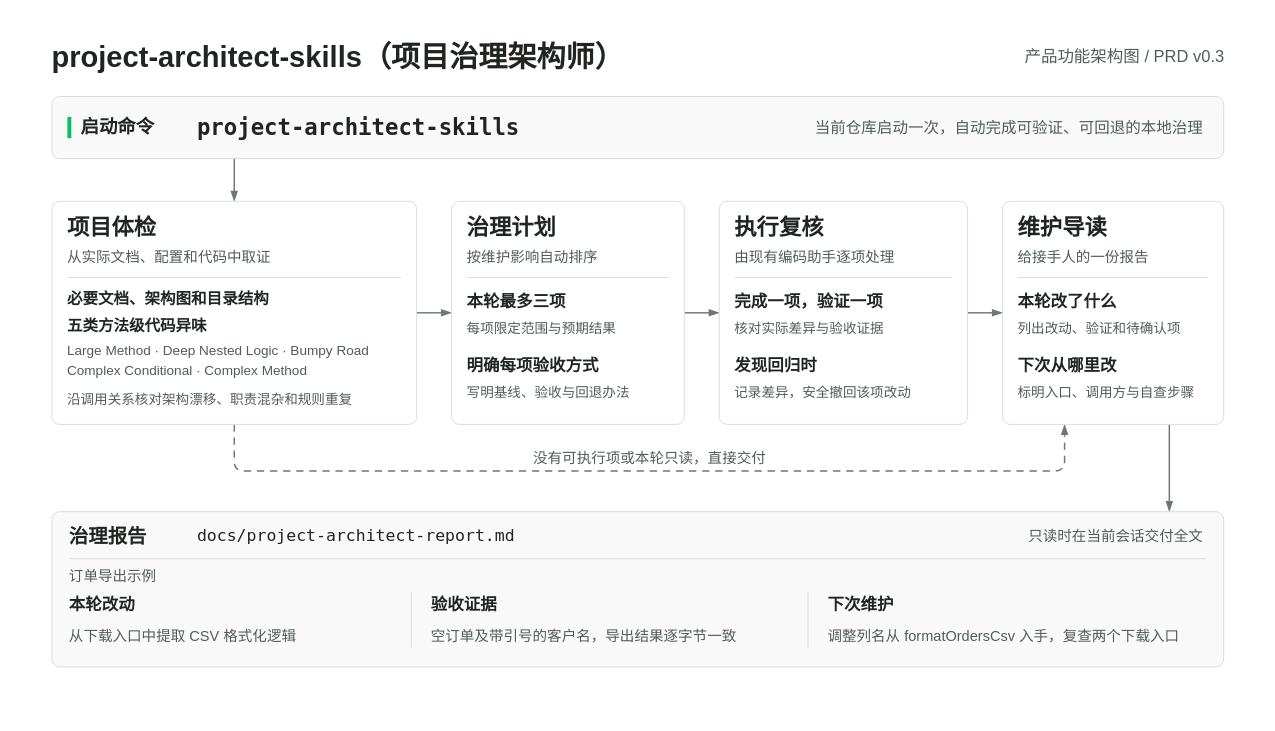
This is docs/diagrams/product-functional-architecture.drawio from cabbage2000-lab/project-architect-skills, a draw.io file, before an edit. Source tidied: cells renumbered, new cells numbered last; positions are measured from the earlier drawing's top-left corner, leaving out a move shared by most shapes. Both pictures are drawn from the tidied source at 97%, with x=0, y=0 at pixel (16, 16).
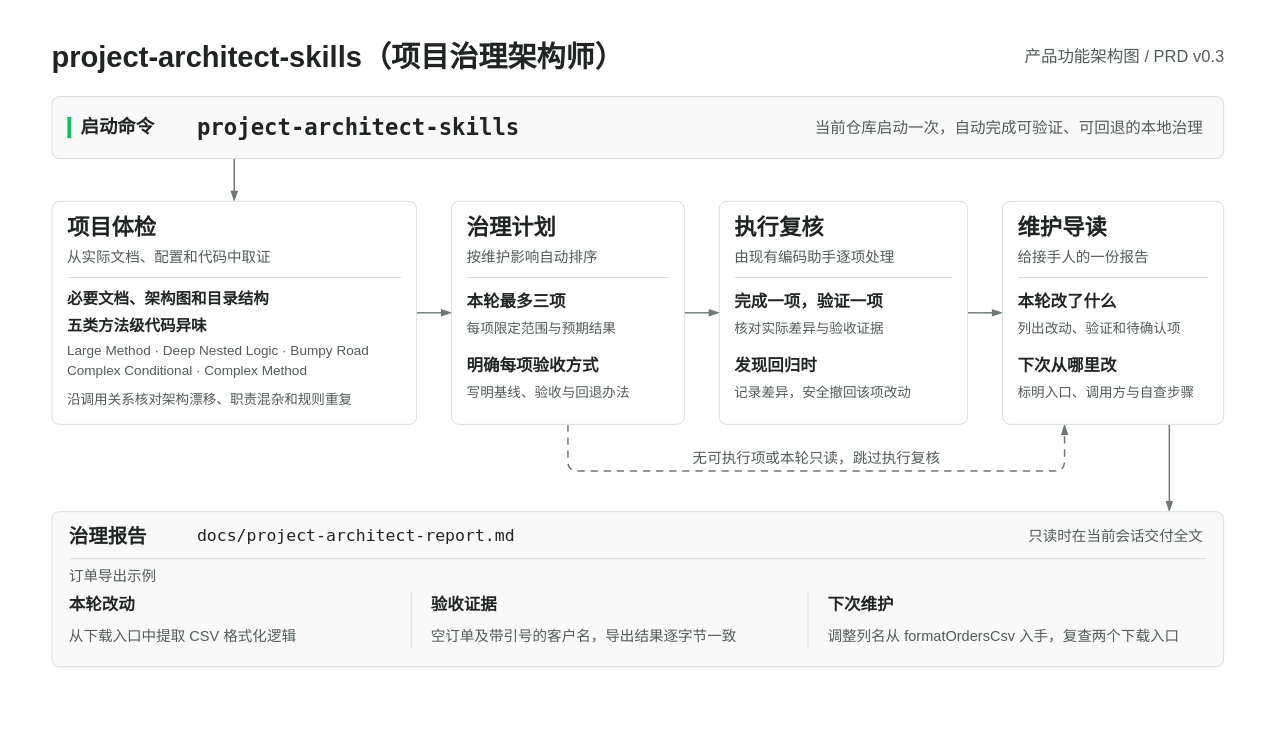
Above is the later version.

Unchanged cells that the change refers to:
```xml
<mxCell id="2" style="rounded=0;absoluteArcSize=1;arcSize=0;fillColor=#FFFFFF;strokeColor=none;strokeWidth=1;shadow=0;html=1;whiteSpace=nowrap;" parent="1" vertex="1">
  <mxGeometry width="1280" height="720" as="geometry" />
</mxCell>
<mxCell id="16" style="rounded=1;absoluteArcSize=1;arcSize=16;strokeWidth=1;html=1;fillColor=#FFFFFF;strokeColor=#D8DDD9;" parent="2" vertex="1">
  <mxGeometry x="36" y="190" width="376" height="230" as="geometry" />
</mxCell>
<mxCell id="25" style="rounded=1;absoluteArcSize=1;arcSize=16;strokeWidth=1;html=1;fillColor=#FFFFFF;strokeColor=#D8DDD9;" parent="2" vertex="1">
  <mxGeometry x="448" y="190" width="240" height="230" as="geometry" />
</mxCell>
<mxCell id="41" style="rounded=1;absoluteArcSize=1;arcSize=16;strokeWidth=1;html=1;fillColor=#FFFFFF;strokeColor=#D8DDD9;" parent="2" vertex="1">
  <mxGeometry x="1016" y="190" width="228" height="230" as="geometry" />
</mxCell>
```

Change to the diagram source:
```diff
@@
-    <mxCell id="9" value="没有可执行项或本轮只读，直接交付" style="edgeStyle=orthogonalEdgeStyle;rounded=1;jettySize=auto;html=1;exitX=0.5000000000;exitY=1;exitDx=0;exitDy=0;entryX=0.2807017544;entryY=1;entryDx=0;entryDy=0;strokeColor=#6E7871;strokeWidth=1.5;endArrow=blockThin;endFill=1;endSize=7;fontFamily=PingFang SC;fontSize=15;fontColor=#535C56;labelBackgroundColor=#FFFFFF;dashed=1;dashPattern=5 4;" parent="2" edge="1" source="16" target="41">
+    <mxCell id="9" value="无可执行项或本轮只读，跳过执行复核" style="edgeStyle=orthogonalEdgeStyle;rounded=1;jettySize=auto;html=1;exitX=0.5000000000;exitY=1;exitDx=0;exitDy=0;entryX=0.2807017544;entryY=1;entryDx=0;entryDy=0;strokeColor=#6E7871;strokeWidth=1.5;endArrow=blockThin;endFill=1;endSize=7;fontFamily=PingFang SC;fontSize=15;fontColor=#535C56;labelBackgroundColor=#FFFFFF;dashed=1;dashPattern=5 4;" parent="2" edge="1" source="25" target="41">
       <mxGeometry relative="1" as="geometry">
         <Array as="points">
-          <mxPoint x="224" y="468" />
+          <mxPoint x="568" y="468" />
           <mxPoint x="1080" y="468" />
         </Array>
         <mxPoint y="-14" as="offset" />
       </mxGeometry>
     </mxCell>
```
